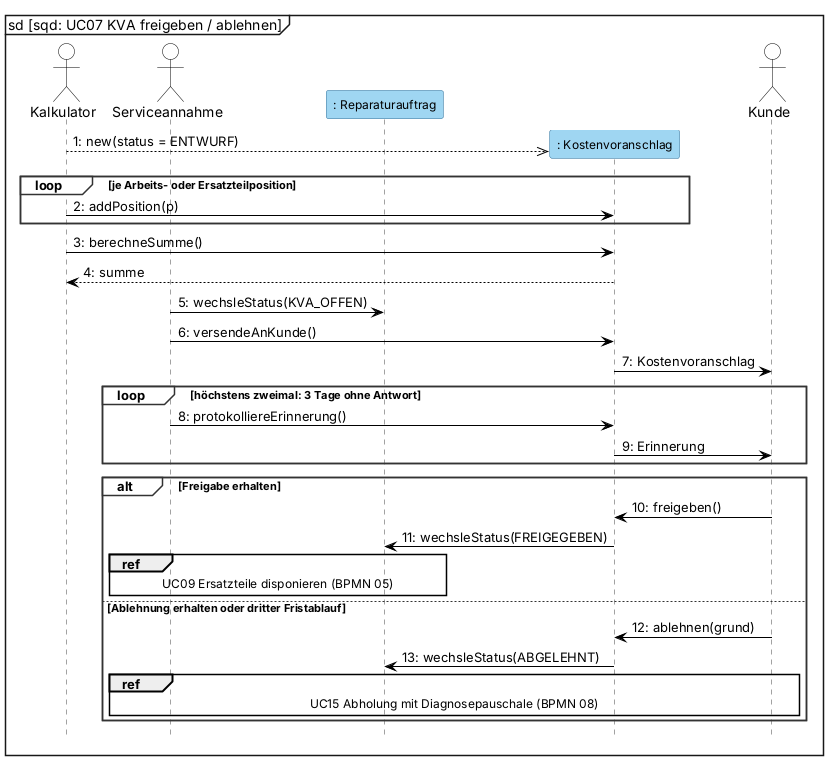
Before: 2_uml/entwurf-plantuml/sequenz-02-kva-freigabe.png, a diagram exported from PlantUML (jakobschwan123-cmd/casestudy-semester-3).
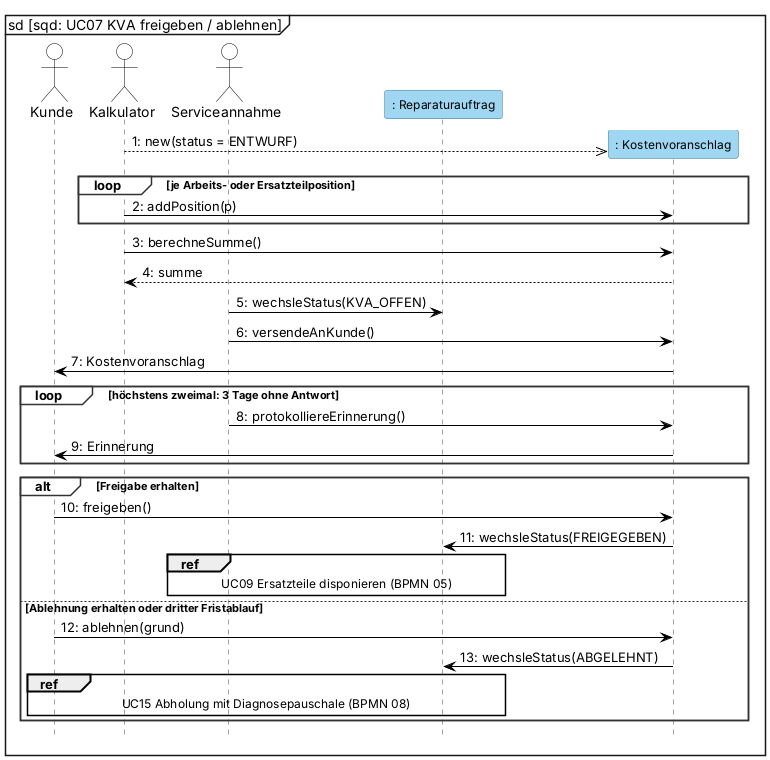
The same diagram one commit later.

Commit message:
[T05 2026-10-15] fix: consistency check of doc, BPMN, UML and slides; SD2/SD5 templates

Diff of the diagram source:
```diff
@@ -20,11 +20,11 @@
 hide footbox
 autonumber "0:"
 
+actor Kunde
 actor Kalkulator
 actor Serviceannahme as SM
 participant ": Reparaturauftrag" as RA
 participant ": Kostenvoranschlag" as KVA
-actor Kunde
 
 create KVA
 Kalkulator -->> KVA : new(status = ENTWURF)
```
